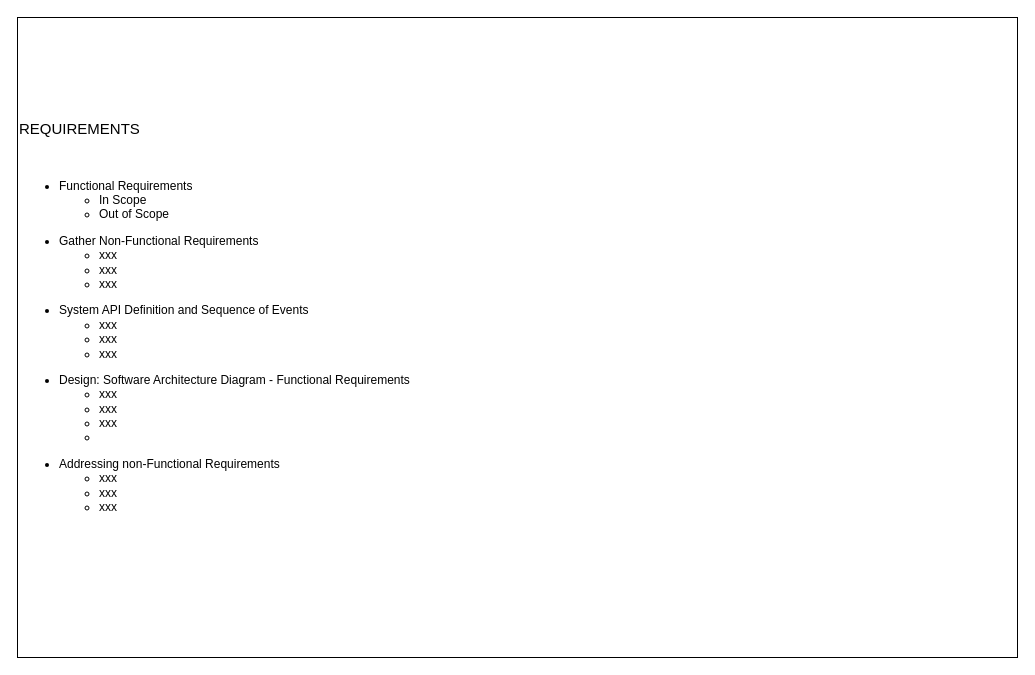
wwcollins/_technical_profile keeps this draw.io diagram as page "Requirements" (1 of 8) of resources/Untitled Diagram.drawio. Above is the earlier version. Source tidied: cells renumbered, new cells numbered last; positions are measured from the earlier drawing's top-left corner, leaving out a move shared by most shapes. Both pictures are drawn from the tidied source at 100%, with x=0, y=0 at pixel (17, 17).
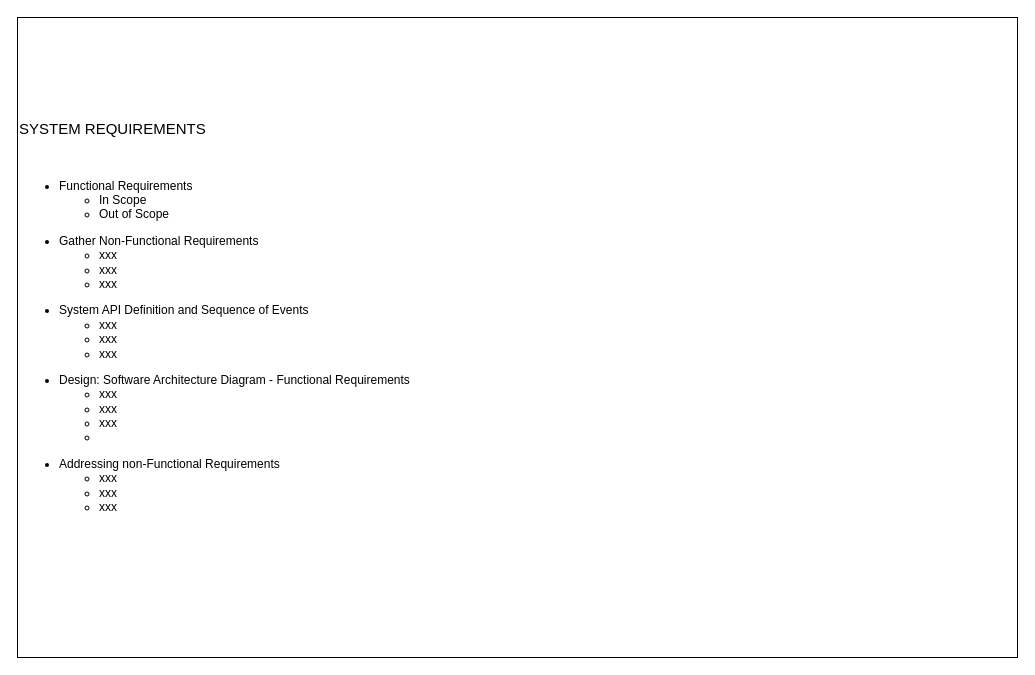
The same page after the edit.

The edit, as a diff of the source:
```diff
@@
 <mxGraphModel>
   <root>
     <mxCell id="0" />
     <mxCell id="1" parent="0" />
-    <mxCell id="2" value="&lt;span style=&quot;background-color: initial;&quot;&gt;&lt;font style=&quot;font-size: 15px;&quot;&gt;REQUIREMENTS&lt;/font&gt;&lt;/span&gt;&lt;br&gt;&lt;br&gt;&lt;br&gt;&lt;ul&gt;&lt;li&gt;Functional Requirements&lt;/li&gt;&lt;ul&gt;&lt;li&gt;In Scope&lt;/li&gt;&lt;li&gt;Out of Scope&lt;/li&gt;&lt;/ul&gt;&lt;/ul&gt;&lt;ul&gt;&lt;li&gt;Gather Non-Functional Requirements&lt;/li&gt;&lt;ul&gt;&lt;li&gt;xxx&lt;/li&gt;&lt;li&gt;xxx&lt;/li&gt;&lt;li&gt;xxx&lt;/li&gt;&lt;/ul&gt;&lt;/ul&gt;&lt;ul&gt;&lt;li&gt;System API Definition and Sequence of Events&lt;/li&gt;&lt;ul&gt;&lt;li&gt;xxx&lt;/li&gt;&lt;li&gt;xxx&lt;/li&gt;&lt;li&gt;xxx&lt;/li&gt;&lt;/ul&gt;&lt;/ul&gt;&lt;div&gt;&lt;ul&gt;&lt;li&gt;Design: Software Architecture Diagram - Functional Requirements&lt;/li&gt;&lt;ul&gt;&lt;li&gt;xxx&lt;/li&gt;&lt;li&gt;xxx&lt;/li&gt;&lt;li&gt;xxx&lt;/li&gt;&lt;li&gt;&lt;br&gt;&lt;/li&gt;&lt;/ul&gt;&lt;/ul&gt;&lt;/div&gt;&lt;div&gt;&lt;ul&gt;&lt;li&gt;Addressing non-Functional Requirements&lt;/li&gt;&lt;ul&gt;&lt;li&gt;xxx&lt;/li&gt;&lt;li&gt;xxx&lt;/li&gt;&lt;li&gt;xxx&lt;/li&gt;&lt;/ul&gt;&lt;/ul&gt;&lt;/div&gt;&lt;br&gt;&lt;div&gt;&lt;br&gt;&lt;/div&gt;" style="rounded=0;whiteSpace=wrap;html=1;align=left;" parent="1" vertex="1">
+    <mxCell id="2" value="&lt;span style=&quot;background-color: initial;&quot;&gt;&lt;font style=&quot;font-size: 15px;&quot;&gt;SYSTEM REQUIREMENTS&lt;/font&gt;&lt;/span&gt;&lt;br&gt;&lt;br&gt;&lt;br&gt;&lt;ul&gt;&lt;li&gt;Functional Requirements&lt;/li&gt;&lt;ul&gt;&lt;li&gt;In Scope&lt;/li&gt;&lt;li&gt;Out of Scope&lt;/li&gt;&lt;/ul&gt;&lt;/ul&gt;&lt;ul&gt;&lt;li&gt;Gather Non-Functional Requirements&lt;/li&gt;&lt;ul&gt;&lt;li&gt;xxx&lt;/li&gt;&lt;li&gt;xxx&lt;/li&gt;&lt;li&gt;xxx&lt;/li&gt;&lt;/ul&gt;&lt;/ul&gt;&lt;ul&gt;&lt;li&gt;System API Definition and Sequence of Events&lt;/li&gt;&lt;ul&gt;&lt;li&gt;xxx&lt;/li&gt;&lt;li&gt;xxx&lt;/li&gt;&lt;li&gt;xxx&lt;/li&gt;&lt;/ul&gt;&lt;/ul&gt;&lt;div&gt;&lt;ul&gt;&lt;li&gt;Design: Software Architecture Diagram - Functional Requirements&lt;/li&gt;&lt;ul&gt;&lt;li&gt;xxx&lt;/li&gt;&lt;li&gt;xxx&lt;/li&gt;&lt;li&gt;xxx&lt;/li&gt;&lt;li&gt;&lt;br&gt;&lt;/li&gt;&lt;/ul&gt;&lt;/ul&gt;&lt;/div&gt;&lt;div&gt;&lt;ul&gt;&lt;li&gt;Addressing non-Functional Requirements&lt;/li&gt;&lt;ul&gt;&lt;li&gt;xxx&lt;/li&gt;&lt;li&gt;xxx&lt;/li&gt;&lt;li&gt;xxx&lt;/li&gt;&lt;/ul&gt;&lt;/ul&gt;&lt;/div&gt;&lt;br&gt;&lt;div&gt;&lt;br&gt;&lt;/div&gt;" style="rounded=0;whiteSpace=wrap;html=1;align=left;" parent="1" vertex="1">
       <mxGeometry width="1000" height="640" as="geometry" />
     </mxCell>
   </root>
 </mxGraphModel>
```
